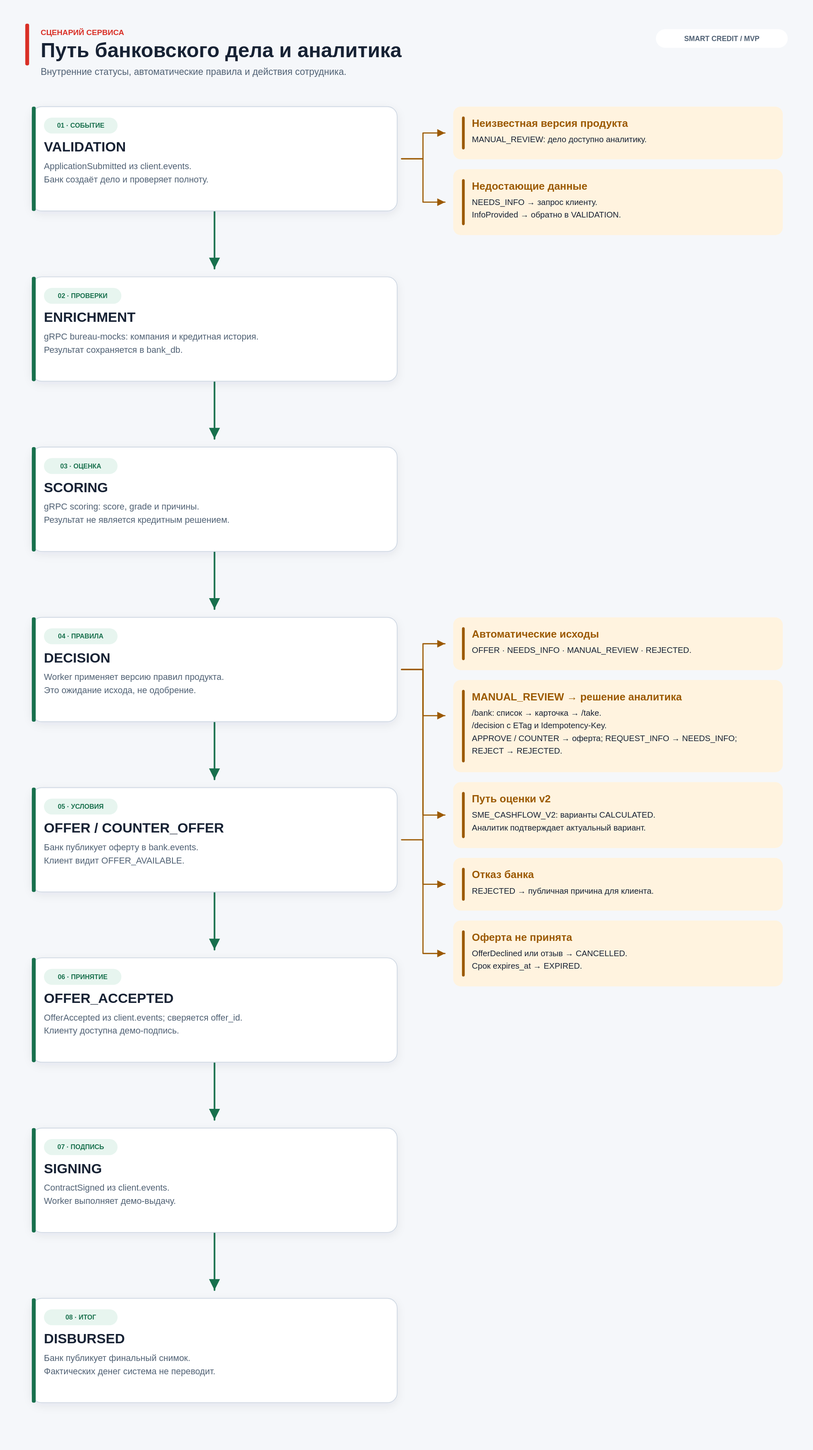
kry4onok/smart-credit keeps this PlantUML diagram as docs/diagrams/bank-flow.svg. Above is the earlier version. Its source is kept beside it as docs/diagrams/bank-flow.puml.
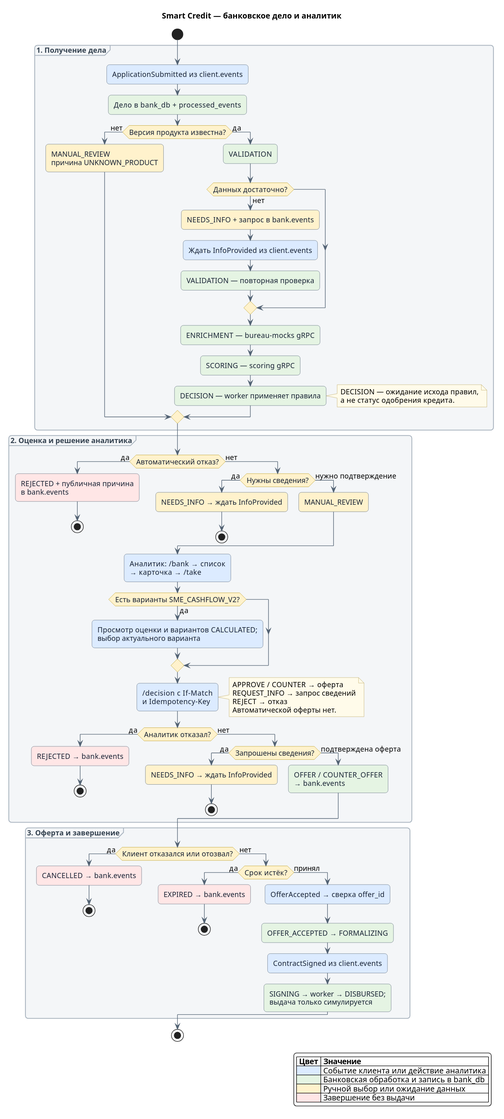
Later version of the same file.

Change to the diagram source:
```diff
@@ -1,56 +1,112 @@
-@startuml bank-flow
-!theme plain
-skinparam backgroundColor #FFFFFF
-skinparam defaultFontName Arial
-skinparam ActivityBackgroundColor #E7F5EF
-skinparam ActivityBorderColor #18704D
-skinparam ArrowColor #18704D
-title Smart Credit — путь банковского дела
+@startuml
+title Smart Credit — банковское дело и аналитик
+
+skinparam shadowing false
+skinparam backgroundColor white
+skinparam defaultFontName "Segoe UI"
+skinparam defaultFontSize 13
+skinparam roundcorner 10
+skinparam ArrowColor #526273
+skinparam activity {
+  BackgroundColor #FAFAFA
+  BorderColor #526273
+  FontColor #172234
+  DiamondBackgroundColor #FFF2CC
+  DiamondBorderColor #B38F00
+}
+skinparam partition {
+  BackgroundColor #F4F6F8
+  BorderColor #A9B4BF
+  FontColor #33414F
+  FontStyle bold
+}
+skinparam note {
+  BackgroundColor #FFFBEA
+  BorderColor #B8A45C
+}
+
 start
-:ApplicationSubmitted из client.events;
-note right
-  Неизвестная версия продукта → MANUAL_REVIEW.
-  SME_CASHFLOW_V2: оценка потока, варианты CALCULATED,
-  подтверждение актуального варианта аналитиком.
-end note
-:VALIDATION;
-if (Полнота данных?) then (да)
-else (нет)
-  :NEEDS_INFO → bank.events;
-  :InfoProvided → VALIDATION;
-endif
-:ENRICHMENT — bureau-mocks gRPC;
-:SCORING — scoring gRPC;
-:DECISION — банковские правила, не одобрение;
-if (Требуется аналитик?) then (да)
-  :MANUAL_REVIEW;
-  :/bank: список → карточка → /take;
-  :/decision с If-Match и Idempotency-Key;
+partition "1. Получение дела" {
+  :ApplicationSubmitted из client.events; <<#DCEBFF>>
+  :Дело в bank_db + processed_events; <<#E5F4E3>>
+  if (Версия продукта известна?) then (нет)
+    :MANUAL_REVIEW\nпричина UNKNOWN_PRODUCT; <<#FFF2CC>>
+  else (да)
+    :VALIDATION; <<#E5F4E3>>
+    if (Данных достаточно?) then (нет)
+      :NEEDS_INFO + запрос в bank.events; <<#FFF2CC>>
+      :Ждать InfoProvided из client.events; <<#DCEBFF>>
+      :VALIDATION — повторная проверка; <<#E5F4E3>>
+    endif
+    :ENRICHMENT — bureau-mocks gRPC; <<#E5F4E3>>
+    :SCORING — scoring gRPC; <<#E5F4E3>>
+    :DECISION — worker применяет правила; <<#E5F4E3>>
+    note right
+      DECISION — ожидание исхода правил,
+      а не статус одобрения кредита.
+    end note
+  endif
+}
+
+partition "2. Оценка и решение аналитика" {
+  if (Автоматический отказ?) then (да)
+    :REJECTED + публичная причина\nв bank.events; <<#FFE6E6>>
+    stop
+  else (нет)
+    if (Нужны сведения?) then (да)
+      :NEEDS_INFO → ждать InfoProvided; <<#FFF2CC>>
+      stop
+    else (нужно подтверждение)
+      :MANUAL_REVIEW; <<#FFF2CC>>
+    endif
+  endif
+  :Аналитик: /bank → список\n→ карточка → /take; <<#DCEBFF>>
+  if (Есть варианты SME_CASHFLOW_V2?) then (да)
+    :Просмотр оценки и вариантов CALCULATED;\nвыбор актуального варианта; <<#DCEBFF>>
+  endif
+  :/decision с If-Match\nи Idempotency-Key; <<#DCEBFF>>
   note right
     APPROVE / COUNTER → оферта
-    REQUEST_INFO → NEEDS_INFO
-    REJECT → REJECTED
+    REQUEST_INFO → запрос сведений
+    REJECT → отказ
+    Автоматической оферты нет.
   end note
-endif
-if (Отказ?) then (да)
-  :REJECTED → bank.events;
-  stop
-endif
-if (Нужны сведения?) then (да)
-  :NEEDS_INFO → ожидание InfoProvided;
-  stop
-endif
-:OFFER / COUNTER_OFFER → bank.events;
-if (Отказ / отзыв?) then (да)
-  :CANCELLED → bank.events;
-  stop
-endif
-if (Истёк срок?) then (да)
-  :EXPIRED → bank.events;
-  stop
-endif
-:OfferAccepted → OFFER_ACCEPTED;
-:ContractSigned → SIGNING;
-:worker → DISBURSED (симуляция);
+  if (Аналитик отказал?) then (да)
+    :REJECTED → bank.events; <<#FFE6E6>>
+    stop
+  else (нет)
+    if (Запрошены сведения?) then (да)
+      :NEEDS_INFO → ждать InfoProvided; <<#FFF2CC>>
+      stop
+    else (подтверждена оферта)
+      :OFFER / COUNTER_OFFER\n→ bank.events; <<#E5F4E3>>
+    endif
+  endif
+}
+
+partition "3. Оферта и завершение" {
+  if (Клиент отказался или отозвал?) then (да)
+    :CANCELLED → bank.events; <<#FFE6E6>>
+    stop
+  else (нет)
+    if (Срок истёк?) then (да)
+      :EXPIRED → bank.events; <<#FFE6E6>>
+      stop
+    else (принял)
+      :OfferAccepted → сверка offer_id; <<#DCEBFF>>
+      :OFFER_ACCEPTED → FORMALIZING; <<#E5F4E3>>
+      :ContractSigned из client.events; <<#DCEBFF>>
+      :SIGNING → worker → DISBURSED;\nвыдача только симулируется; <<#E5F4E3>>
+    endif
+  endif
+}
 stop
+
+legend right
+|= Цвет |= Значение |
+|<#DCEBFF>| Событие клиента или действие аналитика |
+|<#E5F4E3>| Банковская обработка и запись в bank_db |
+|<#FFF2CC>| Ручной выбор или ожидание данных |
+|<#FFE6E6>| Завершение без выдачи |
+endlegend
 @enduml
```
